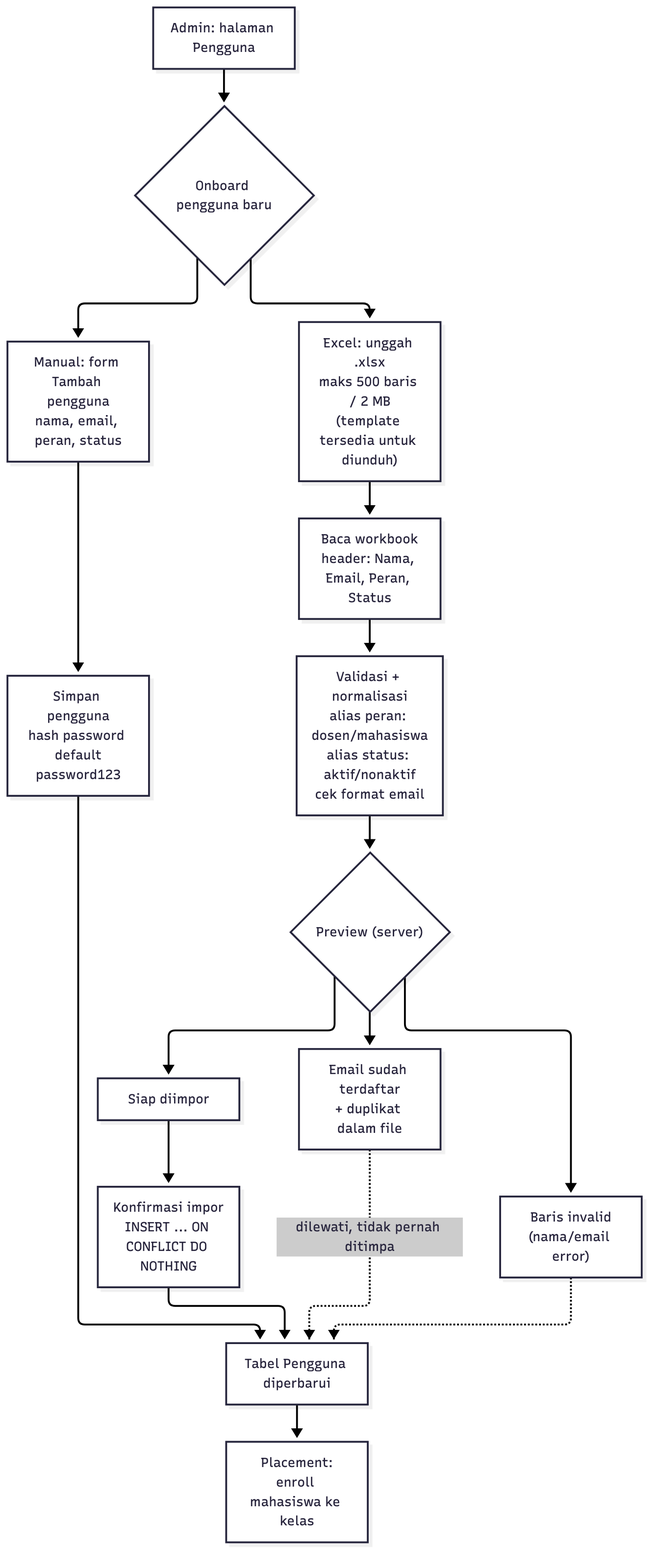
Earlier version of the Mermaid export docs/flows/05-user-onboarding.png (hansputera/umbima-smt1-tugas-generativeai). Its source is kept beside it as docs/flows/05-user-onboarding.mmd. Its diagram source:
```mermaid
flowchart TD
  S["Admin: halaman Pengguna"] --> CHOICE{"Onboard pengguna baru"}
  CHOICE --> MANUAL["Manual: form Tambah pengguna<br/>nama, email, peran, status"]
  CHOICE --> EXCEL["Excel: unggah .xlsx<br/>maks 500 baris / 2 MB<br/>(template tersedia untuk diunduh)"]
  EXCEL --> PARSE["Baca workbook<br/>header: Nama, Email, Peran, Status"]
  PARSE --> VALID["Validasi + normalisasi<br/>alias peran: dosen/mahasiswa<br/>alias status: aktif/nonaktif<br/>cek format email"]
  VALID --> PREVIEW{"Preview (server)"}
  PREVIEW --> READY["Siap diimpor"]
  PREVIEW --> SKIP1["Email sudah terdaftar<br/>+ duplikat dalam file"]
  PREVIEW --> SKIP2["Baris invalid<br/>(nama/email error)"]
  READY --> CONFIRM["Konfirmasi impor<br/>INSERT ... ON CONFLICT DO NOTHING"]
  MANUAL --> SAVE["Simpan pengguna<br/>hash password default<br/>password123"]
  SKIP1 -.->|"dilewati, tidak pernah ditimpa"| DONE
  SKIP2 -.-> DONE
  CONFIRM --> DONE["Tabel Pengguna diperbarui"]
  SAVE --> DONE
  DONE --> PLACE["Placement:<br/>enroll mahasiswa ke kelas"]
```
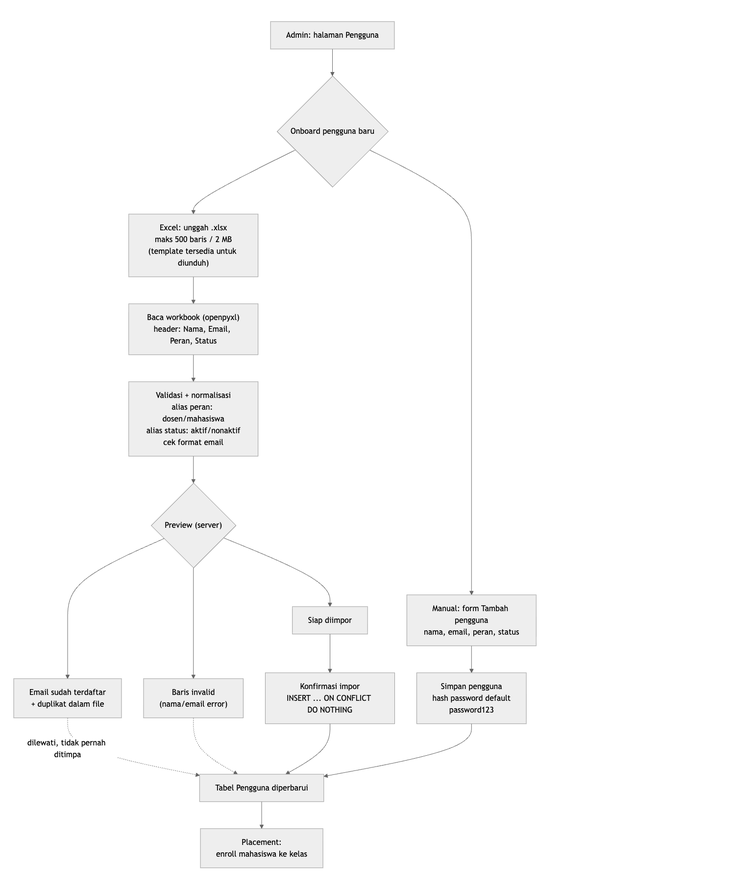
Later version of the same file.

What changed in the source:
```diff
@@ -2,7 +2,7 @@
   S["Admin: halaman Pengguna"] --> CHOICE{"Onboard pengguna baru"}
   CHOICE --> MANUAL["Manual: form Tambah pengguna<br/>nama, email, peran, status"]
   CHOICE --> EXCEL["Excel: unggah .xlsx<br/>maks 500 baris / 2 MB<br/>(template tersedia untuk diunduh)"]
-  EXCEL --> PARSE["Baca workbook<br/>header: Nama, Email, Peran, Status"]
+  EXCEL --> PARSE["Baca workbook (openpyxl)<br/>header: Nama, Email, Peran, Status"]
   PARSE --> VALID["Validasi + normalisasi<br/>alias peran: dosen/mahasiswa<br/>alias status: aktif/nonaktif<br/>cek format email"]
   VALID --> PREVIEW{"Preview (server)"}
   PREVIEW --> READY["Siap diimpor"]
```
